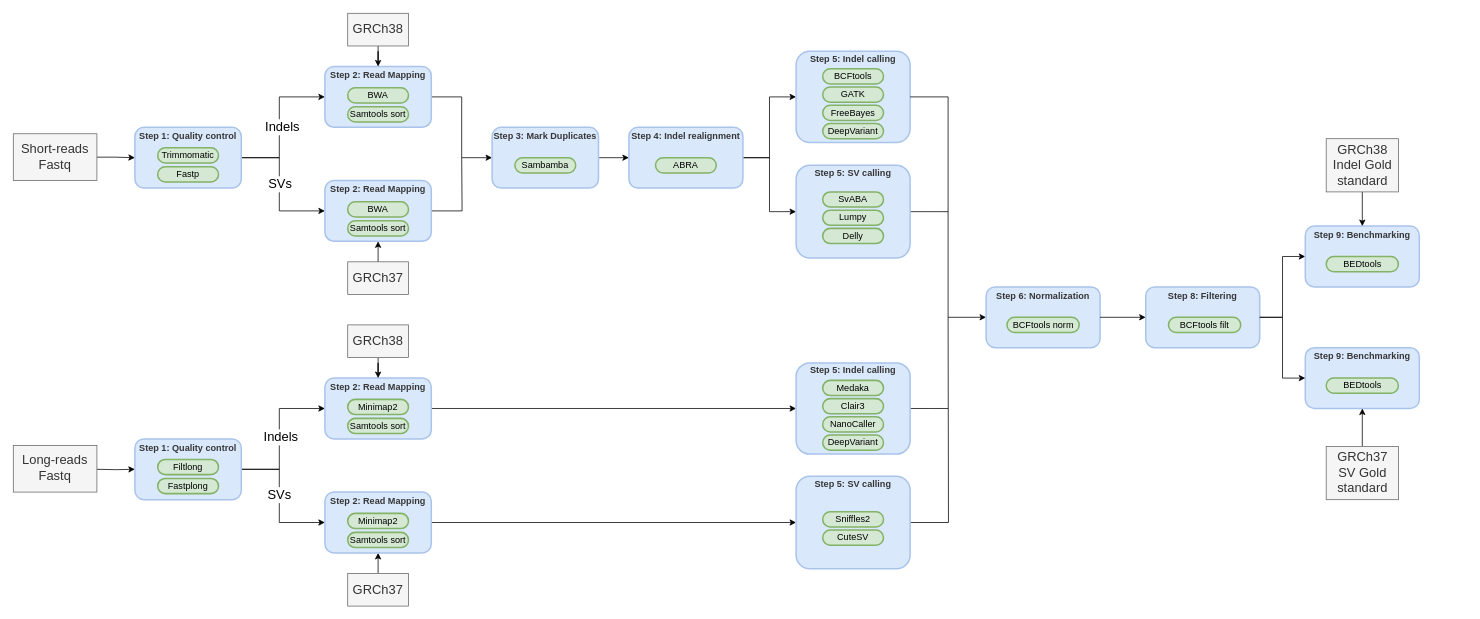
Earlier version of the draw.io diagram modules/2_sv/assignment2_pipeline.drawio (trgn-515/trgn-515.github.io). Source tidied: cells renumbered, new cells numbered last; positions are measured from the earlier drawing's top-left corner, leaving out a move shared by most shapes. Both pictures are drawn from the tidied source at 76%, with x=0, y=0 at pixel (13, 13).
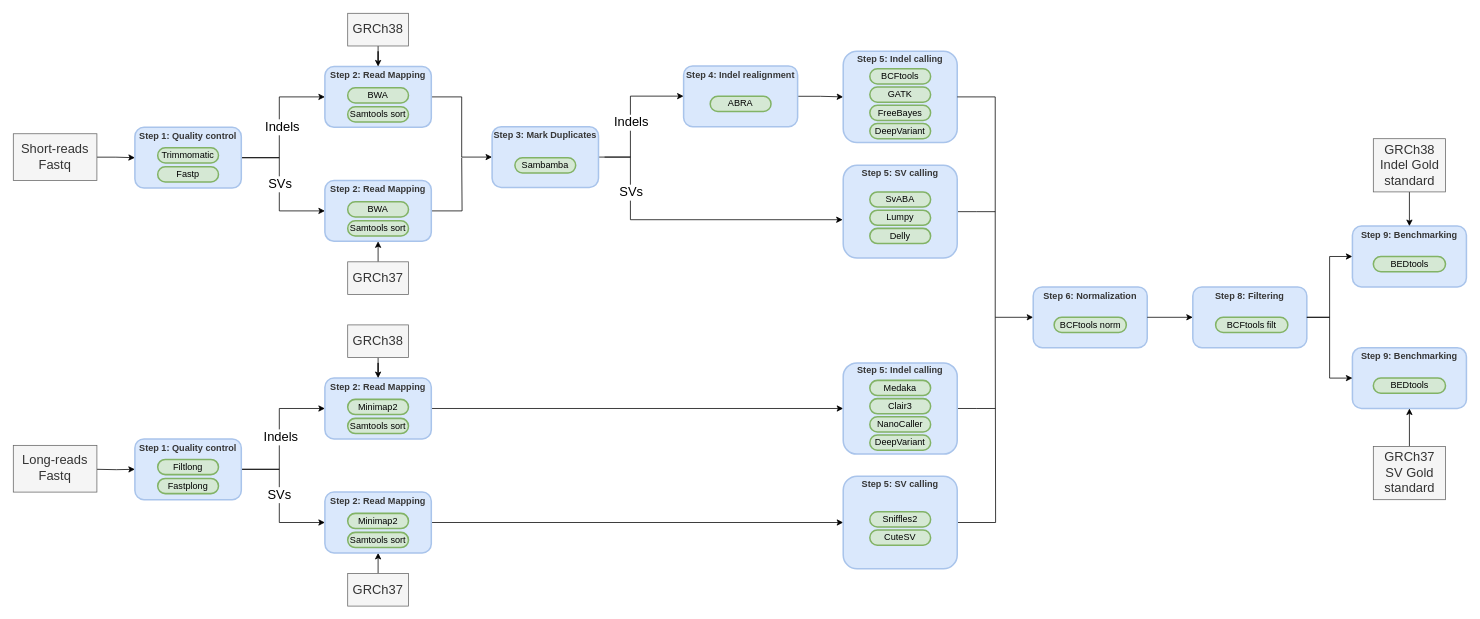
The same page after the edit.

The change refers to these unchanged cells:
```xml
<mxCell id="50" value="&lt;font style=&quot;color: rgb(54, 54, 54);&quot;&gt;&lt;b&gt;Step 5: SV calling&lt;/b&gt;&lt;/font&gt;&lt;div&gt;&lt;font color=&quot;#363636&quot;&gt;&lt;b&gt;&lt;br&gt;&lt;/b&gt;&lt;/font&gt;&lt;div&gt;&lt;br&gt;&lt;br&gt;&lt;/div&gt;&lt;div&gt;&lt;br&gt;&lt;/div&gt;&lt;/div&gt;&lt;div&gt;&lt;br&gt;&lt;/div&gt;&lt;div&gt;&lt;br&gt;&lt;/div&gt;&lt;div&gt;&lt;br&gt;&lt;/div&gt;" style="rounded=1;whiteSpace=wrap;html=1;fillColor=#dae8fc;strokeColor=#A9C4EB;align=center;strokeWidth=2;gradientColor=none;fillStyle=auto;glass=0;shadow=0;" parent="48" vertex="1">
  <mxGeometry width="150" height="122" as="geometry" />
</mxCell>
<mxCell id="76" value="&lt;font style=&quot;color: rgb(54, 54, 54);&quot;&gt;&lt;b&gt;Step 4: Indel realignment&lt;/b&gt;&lt;/font&gt;&lt;div&gt;&lt;font color=&quot;#363636&quot;&gt;&lt;b&gt;&lt;br&gt;&lt;/b&gt;&lt;/font&gt;&lt;div&gt;&lt;br&gt;&lt;br&gt;&lt;/div&gt;&lt;div&gt;&lt;br&gt;&lt;/div&gt;&lt;/div&gt;" style="rounded=1;whiteSpace=wrap;html=1;fillColor=#dae8fc;strokeColor=#A9C4EB;align=center;strokeWidth=2;gradientColor=none;fillStyle=auto;glass=0;shadow=0;" parent="75" vertex="1">
  <mxGeometry width="150" height="80" as="geometry" />
</mxCell>
```

What changed in the source:
```diff
@@
-    <mxCell id="10" style="edgeStyle=orthogonalEdgeStyle;rounded=0;jettySize=auto;html=1;" parent="1" edge="1" source="11" target="76">
-      <mxGeometry relative="1" as="geometry" />
+    <mxCell id="10" style="edgeStyle=orthogonalEdgeStyle;rounded=0;jettySize=auto;html=1;" parent="1" edge="1" target="76">
+      <mxGeometry relative="1" as="geometry">
+        <mxPoint x="755" y="189.2" as="sourcePoint" />
+        <Array as="points">
+          <mxPoint x="812" y="189" />
+          <mxPoint x="812" y="109" />
+        </Array>
+      </mxGeometry>
     </mxCell>
     <mxCell id="11" value="&lt;font style=&quot;color: rgb(54, 54, 54);&quot;&gt;&lt;b&gt;Step 3: Mark Duplicates&lt;/b&gt;&lt;/font&gt;&lt;div&gt;&lt;font color=&quot;#363636&quot;&gt;&lt;b&gt;&lt;br&gt;&lt;/b&gt;&lt;/font&gt;&lt;div&gt;&lt;br&gt;&lt;br&gt;&lt;/div&gt;&lt;div&gt;&lt;br&gt;&lt;/div&gt;&lt;/div&gt;" style="rounded=1;whiteSpace=wrap;html=1;fillColor=#dae8fc;strokeColor=#A9C4EB;align=center;strokeWidth=2;gradientColor=none;fillStyle=auto;glass=0;shadow=0;" parent="1" vertex="1">
-      <mxGeometry x="630" y="150" width="140" height="80" as="geometry" />
+      <mxGeometry x="630" y="149.2" width="140" height="80" as="geometry" />
     </mxCell>
@@
-    <mxCell id="14" style="edgeStyle=orthogonalEdgeStyle;rounded=0;jettySize=auto;html=1;" parent="1" edge="1" source="76" target="50">
-      <mxGeometry relative="1" as="geometry" />
-    </mxCell>
@@
     <mxCell id="42" style="group;" parent="1" vertex="1">
-      <mxGeometry x="1030" y="50" width="150" height="120" as="geometry" />
+      <mxGeometry x="1092" y="50" width="150" height="120" as="geometry" />
     </mxCell>
@@
     <mxCell id="48" style="group;" parent="1" vertex="1">
-      <mxGeometry x="1030" y="200" width="150" height="122" as="geometry" />
+      <mxGeometry x="1092" y="200" width="150" height="122" as="geometry" />
     </mxCell>
@@
     <mxCell id="54" style="group;" parent="1" vertex="1">
-      <mxGeometry x="1030" y="460" width="150" height="120" as="geometry" />
+      <mxGeometry x="1092" y="460" width="150" height="120" as="geometry" />
     </mxCell>
@@
     <mxCell id="61" style="group;" parent="1" vertex="1">
-      <mxGeometry x="1030" y="609" width="150" height="122" as="geometry" />
+      <mxGeometry x="1092" y="609" width="150" height="122" as="geometry" />
     </mxCell>
@@
     <mxCell id="75" style="group;" parent="1" vertex="1">
-      <mxGeometry x="810" y="150" width="150" height="80" as="geometry" />
+      <mxGeometry x="882" y="69.2" width="150" height="80" as="geometry" />
     </mxCell>
@@
     <mxCell id="78" style="group;" parent="1" vertex="1">
-      <mxGeometry x="1280" y="360" width="175" height="80" as="geometry" />
+      <mxGeometry x="1342" y="360" width="175" height="80" as="geometry" />
     </mxCell>
@@
     <mxCell id="83" style="group;" parent="1" vertex="1">
-      <mxGeometry x="1490" y="360" width="150" height="80" as="geometry" />
+      <mxGeometry x="1552" y="360" width="150" height="80" as="geometry" />
     </mxCell>
@@
     <mxCell id="87" style="group;" parent="1" vertex="1">
-      <mxGeometry x="1700" y="280" width="150" height="80" as="geometry" />
+      <mxGeometry x="1762" y="280" width="150" height="80" as="geometry" />
     </mxCell>
@@
     <mxCell id="90" style="group;" parent="1" vertex="1">
-      <mxGeometry x="1700" y="440" width="150" height="80" as="geometry" />
+      <mxGeometry x="1762" y="440" width="150" height="80" as="geometry" />
     </mxCell>
@@
     <mxCell id="95" value="&lt;font style=&quot;font-size: 17px;&quot;&gt;GRCh37&lt;/font&gt;&lt;div&gt;&lt;font style=&quot;font-size: 17px;&quot;&gt;SV Gold standard&lt;/font&gt;&lt;/div&gt;" style="rounded=0;whiteSpace=wrap;html=1;fillColor=#f5f5f5;fontColor=#333333;strokeColor=#666666;" parent="1" vertex="1">
-      <mxGeometry x="1727.5" y="570" width="95" height="70" as="geometry" />
+      <mxGeometry x="1789.5" y="570" width="95" height="70" as="geometry" />
     </mxCell>
@@
     <mxCell id="97" value="&lt;font style=&quot;font-size: 17px;&quot;&gt;GRCh38&lt;/font&gt;&lt;div&gt;&lt;font style=&quot;font-size: 17px;&quot;&gt;Indel Gold standard&lt;/font&gt;&lt;/div&gt;" style="rounded=0;whiteSpace=wrap;html=1;fillColor=#f5f5f5;fontColor=#333333;strokeColor=#666666;" parent="1" vertex="1">
-      <mxGeometry x="1727.5" y="165" width="95" height="70" as="geometry" />
+      <mxGeometry x="1789.5" y="165" width="95" height="70" as="geometry" />
     </mxCell>
+    <mxCell id="98" value="Indels" style="edgeLabel;html=1;align=center;verticalAlign=middle;fontSize=17;" parent="1" vertex="1">
+      <mxGeometry x="812" y="143" as="geometry" />
+    </mxCell>
+    <mxCell id="99" style="edgeStyle=orthogonalEdgeStyle;rounded=0;orthogonalLoop=1;jettySize=auto;html=1;entryX=0.015;entryY=0.587;entryDx=0;entryDy=0;entryPerimeter=0;exitX=1;exitY=0.5;exitDx=0;exitDy=0;" parent="1" edge="1">
+      <mxGeometry relative="1" as="geometry">
+        <mxPoint x="778" y="189.2" as="sourcePoint" />
+        <mxPoint x="1091.3" y="271.6" as="targetPoint" />
+        <Array as="points">
+          <mxPoint x="812" y="189" />
+          <mxPoint x="812" y="272" />
+        </Array>
+      </mxGeometry>
+    </mxCell>
+    <mxCell id="100" value="SVs" style="edgeLabel;html=1;align=center;verticalAlign=middle;fontSize=17;" parent="1" vertex="1">
+      <mxGeometry x="812" y="235" as="geometry" />
+    </mxCell>
```
